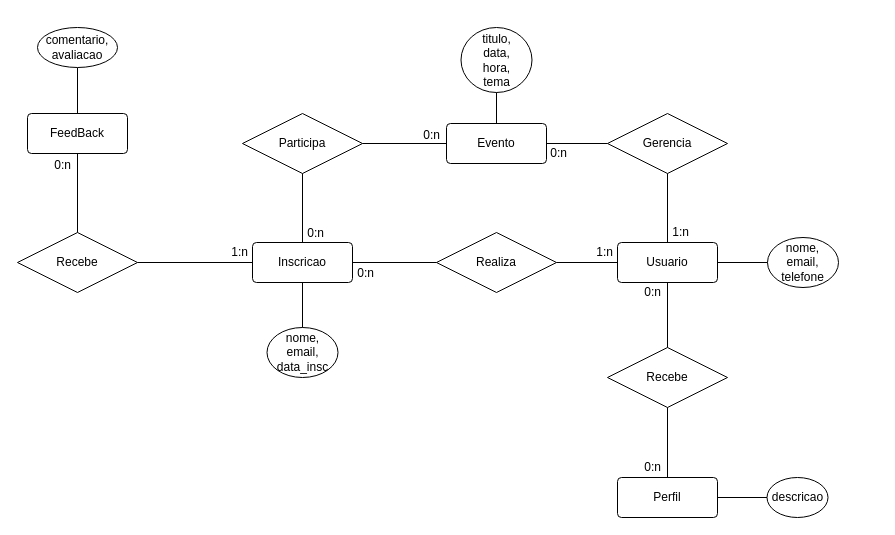
Earlier version of the draw.io diagram ModeloConceitual.drawio (victorpaula/EventsBanco). Source tidied: cells renumbered, new cells numbered last; positions are measured from the earlier drawing's top-left corner, leaving out a move shared by most shapes. Both pictures are drawn from the tidied source at 100%, with x=0, y=0 at pixel (17, 27).
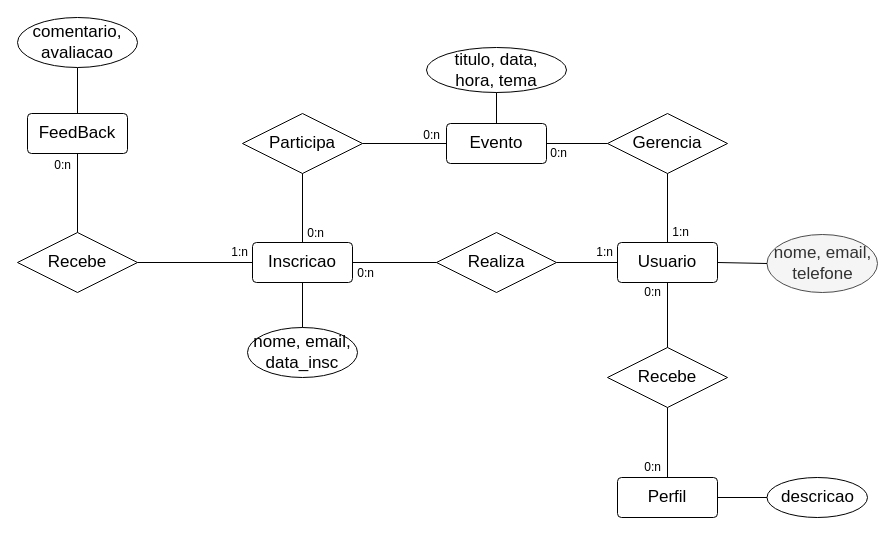
Above is the later version.

Diff of the diagram source:
```diff
@@
-    <mxCell id="2" value="Evento" style="rounded=1;arcSize=10;whiteSpace=wrap;html=1;align=center;" parent="1" vertex="1">
+    <mxCell id="2" value="Evento" style="rounded=1;arcSize=10;whiteSpace=wrap;html=1;align=center;fontSize=17;" parent="1" vertex="1">
       <mxGeometry x="429" y="96" width="100" height="40" as="geometry" />
     </mxCell>
-    <mxCell id="3" value="Gerencia" style="shape=rhombus;perimeter=rhombusPerimeter;whiteSpace=wrap;html=1;align=center;" parent="1" vertex="1">
+    <mxCell id="3" value="Gerencia" style="shape=rhombus;perimeter=rhombusPerimeter;whiteSpace=wrap;html=1;align=center;fontSize=17;" parent="1" vertex="1">
       <mxGeometry x="590" y="86" width="120" height="60" as="geometry" />
     </mxCell>
-    <mxCell id="4" value="Inscricao" style="rounded=1;arcSize=10;whiteSpace=wrap;html=1;align=center;" parent="1" vertex="1">
+    <mxCell id="4" value="Inscricao" style="rounded=1;arcSize=10;whiteSpace=wrap;html=1;align=center;fontSize=17;" parent="1" vertex="1">
       <mxGeometry x="235" y="215" width="100" height="40" as="geometry" />
     </mxCell>
-    <mxCell id="5" value="Usuario" style="rounded=1;arcSize=10;whiteSpace=wrap;html=1;align=center;" parent="1" vertex="1">
+    <mxCell id="5" value="Usuario" style="rounded=1;arcSize=10;whiteSpace=wrap;html=1;align=center;fontSize=17;" parent="1" vertex="1">
       <mxGeometry x="600" y="215" width="100" height="40" as="geometry" />
     </mxCell>
-    <mxCell id="6" value="Perfil" style="rounded=1;arcSize=10;whiteSpace=wrap;html=1;align=center;" parent="1" vertex="1">
+    <mxCell id="6" value="Perfil" style="rounded=1;arcSize=10;whiteSpace=wrap;html=1;align=center;fontSize=17;" parent="1" vertex="1">
       <mxGeometry x="600" y="450" width="100" height="40" as="geometry" />
     </mxCell>
-    <mxCell id="7" value="FeedBack" style="rounded=1;arcSize=10;whiteSpace=wrap;html=1;align=center;" parent="1" vertex="1">
+    <mxCell id="7" value="FeedBack" style="rounded=1;arcSize=10;whiteSpace=wrap;html=1;align=center;fontSize=17;" parent="1" vertex="1">
       <mxGeometry x="10" y="86" width="100" height="40" as="geometry" />
     </mxCell>
-    <mxCell id="8" value="Participa" style="shape=rhombus;perimeter=rhombusPerimeter;whiteSpace=wrap;html=1;align=center;" parent="1" vertex="1">
+    <mxCell id="8" value="Participa" style="shape=rhombus;perimeter=rhombusPerimeter;whiteSpace=wrap;html=1;align=center;fontSize=17;" parent="1" vertex="1">
       <mxGeometry x="225" y="86" width="120" height="60" as="geometry" />
     </mxCell>
-    <mxCell id="9" value="Realiza" style="shape=rhombus;perimeter=rhombusPerimeter;whiteSpace=wrap;html=1;align=center;" parent="1" vertex="1">
+    <mxCell id="9" value="Realiza" style="shape=rhombus;perimeter=rhombusPerimeter;whiteSpace=wrap;html=1;align=center;fontSize=17;" parent="1" vertex="1">
       <mxGeometry x="419" y="205" width="120" height="60" as="geometry" />
     </mxCell>
-    <mxCell id="10" value="Recebe" style="shape=rhombus;perimeter=rhombusPerimeter;whiteSpace=wrap;html=1;align=center;" parent="1" vertex="1">
+    <mxCell id="10" value="Recebe" style="shape=rhombus;perimeter=rhombusPerimeter;whiteSpace=wrap;html=1;align=center;fontSize=17;" parent="1" vertex="1">
       <mxGeometry x="590" y="320" width="120" height="60" as="geometry" />
     </mxCell>
@@
-    <mxCell id="27" value="Recebe" style="shape=rhombus;perimeter=rhombusPerimeter;whiteSpace=wrap;html=1;align=center;" parent="1" vertex="1">
+    <mxCell id="27" value="Recebe" style="shape=rhombus;perimeter=rhombusPerimeter;whiteSpace=wrap;html=1;align=center;fontSize=17;" parent="1" vertex="1">
       <mxGeometry y="205" width="120" height="60" as="geometry" />
     </mxCell>
@@
-    <mxCell id="33" value="descricao" style="ellipse;whiteSpace=wrap;html=1;align=center;" parent="1" vertex="1">
-      <mxGeometry x="749.5" y="450" width="61" height="40" as="geometry" />
+    <mxCell id="33" value="descricao" style="ellipse;whiteSpace=wrap;html=1;align=center;fontSize=17;" parent="1" vertex="1">
+      <mxGeometry x="749.5" y="450" width="100.5" height="40" as="geometry" />
     </mxCell>
-    <mxCell id="34" value="nome,&lt;br&gt;email,&lt;br&gt;telefone" style="ellipse;whiteSpace=wrap;html=1;align=center;" parent="1" vertex="1">
-      <mxGeometry x="750" y="210" width="71" height="50" as="geometry" />
+    <mxCell id="34" value="nome, email,&lt;br style=&quot;font-size: 17px&quot;&gt;telefone" style="ellipse;whiteSpace=wrap;html=1;align=center;fontSize=17;fillColor=#f5f5f5;fontColor=#333333;strokeColor=#4D4D4D;" parent="1" vertex="1">
+      <mxGeometry x="749.5" y="207" width="110.5" height="58" as="geometry" />
     </mxCell>
@@
-    <mxCell id="36" value="titulo,&lt;br&gt;data,&lt;br&gt;hora,&lt;br&gt;tema" style="ellipse;whiteSpace=wrap;html=1;align=center;" parent="1" vertex="1">
-      <mxGeometry x="443.5" width="71" height="65" as="geometry" />
+    <mxCell id="36" value="titulo, data,&lt;br style=&quot;font-size: 17px&quot;&gt;hora, tema" style="ellipse;whiteSpace=wrap;html=1;align=center;fontSize=17;" parent="1" vertex="1">
+      <mxGeometry x="409" y="20" width="140" height="45" as="geometry" />
     </mxCell>
@@
-    <mxCell id="38" value="nome,&lt;br&gt;email,&lt;br&gt;data_insc" style="ellipse;whiteSpace=wrap;html=1;align=center;" parent="1" vertex="1">
-      <mxGeometry x="249.5" y="300" width="71" height="50" as="geometry" />
+    <mxCell id="38" value="nome, email,&lt;br style=&quot;font-size: 17px&quot;&gt;data_insc" style="ellipse;whiteSpace=wrap;html=1;align=center;fontSize=17;" parent="1" vertex="1">
+      <mxGeometry x="230" y="300" width="110" height="50" as="geometry" />
     </mxCell>
@@
-    <mxCell id="41" value="comentario,&lt;br&gt;avaliacao" style="ellipse;whiteSpace=wrap;html=1;align=center;" parent="1" vertex="1">
-      <mxGeometry x="20" width="80" height="40" as="geometry" />
+    <mxCell id="41" value="comentario,&lt;br style=&quot;font-size: 17px;&quot;&gt;avaliacao" style="ellipse;whiteSpace=wrap;html=1;align=center;fontSize=17;" parent="1" vertex="1">
+      <mxGeometry y="-10" width="120" height="50" as="geometry" />
     </mxCell>
```
